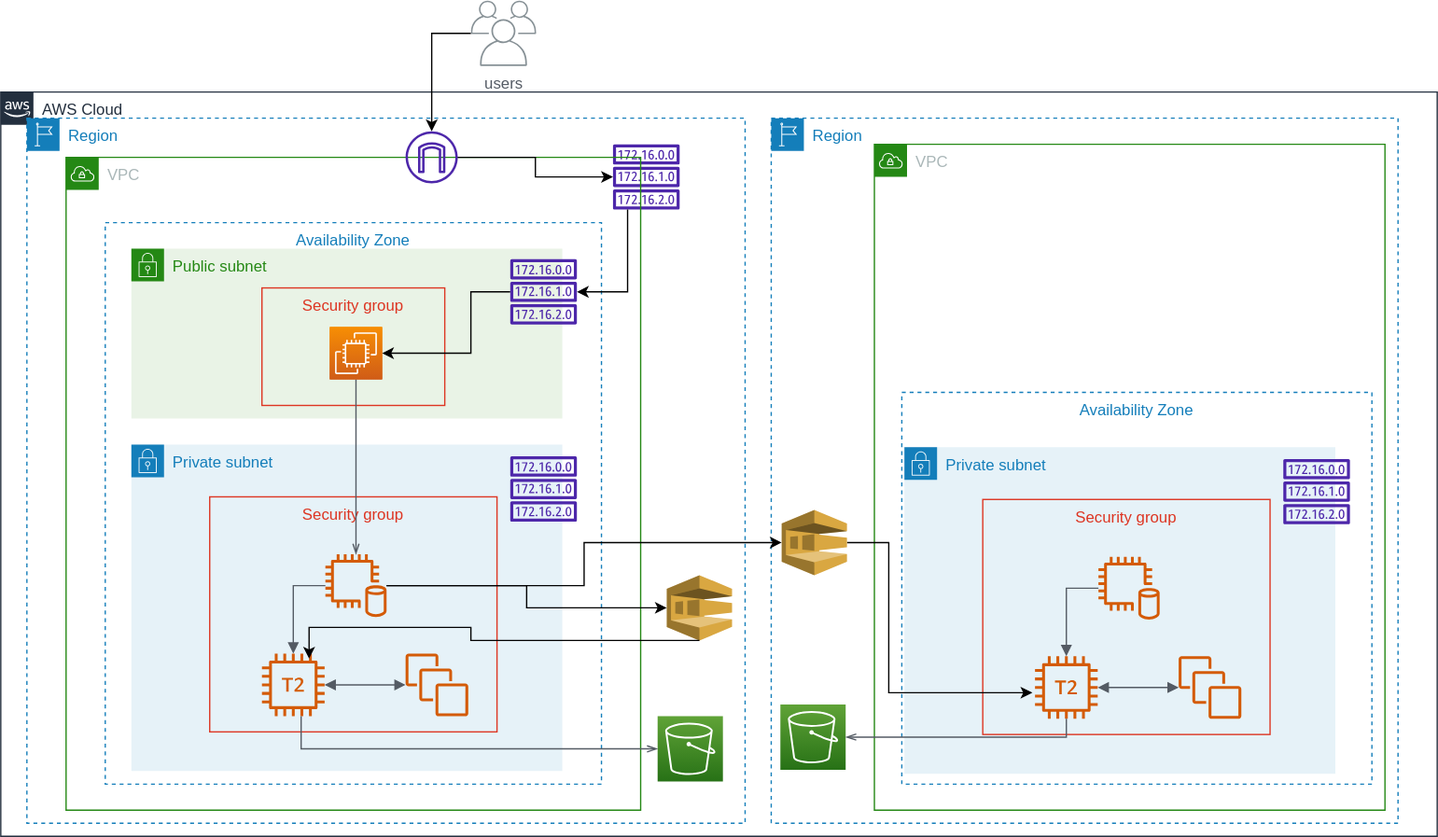
Above: Untitled Diagram.drawio.svg in chiru42/drawio_diagrams (draw.io), before the change. Source tidied: cells renumbered, new cells last; positions are measured from the earlier drawing's top-left corner, leaving out a move shared by most shapes.
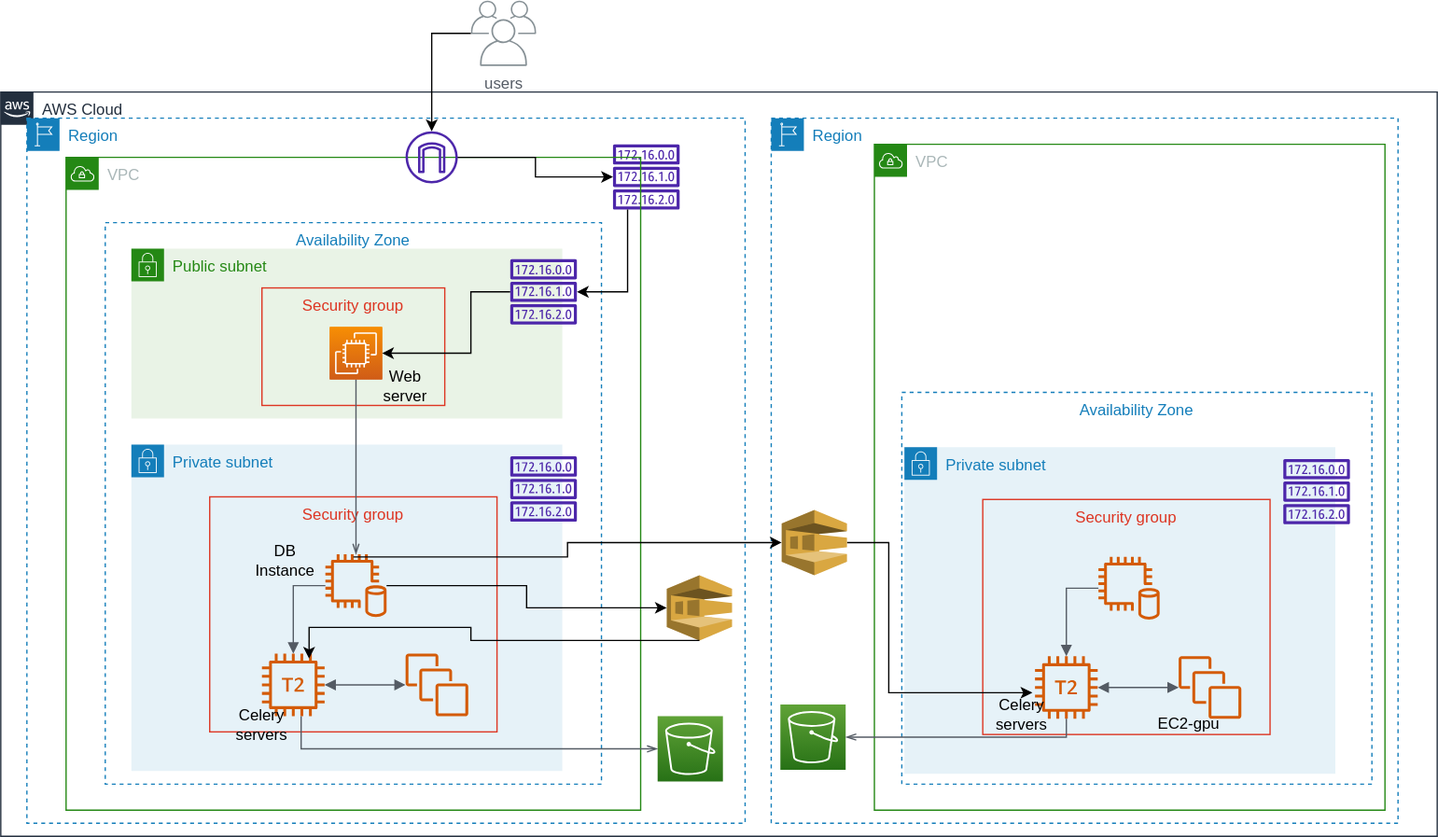
After the change.

Change to the diagram source:
```diff
@@ -73,6 +73,12 @@
         </Array>
       </mxGeometry>
     </mxCell>
+    <mxCell id="49" value="Celery servers" style="text;html=1;strokeColor=none;fillColor=none;align=center;verticalAlign=middle;whiteSpace=wrap;rounded=0;" parent="7" vertex="1">
+      <mxGeometry x="83" y="422" width="60" height="30" as="geometry" />
+    </mxCell>
+    <mxCell id="50" value="EC2-gpu" style="text;html=1;strokeColor=none;fillColor=none;align=center;verticalAlign=middle;whiteSpace=wrap;rounded=0;" parent="7" vertex="1">
+      <mxGeometry x="211" y="429" width="60" height="30" as="geometry" />
+    </mxCell>
     <mxCell id="21" value="VPC" style="gradientColor=none;html=1;whiteSpace=wrap;fontSize=12;fontStyle=0;shape=mxgraph.aws4.group;grIcon=mxgraph.aws4.group_vpc;strokeColor=#248814;fillColor=none;verticalAlign=top;align=left;spacingLeft=30;fontColor=#AAB7B8;dashed=0;" parent="2" vertex="1">
       <mxGeometry x="50" y="50" width="440" height="500" as="geometry" />
     </mxCell>
@@ -149,6 +155,15 @@
     <mxCell id="41" style="sketch=0;fontColor=#232F3E;gradientColor=#F78E04;gradientDirection=north;fillColor=#D05C17;strokeColor=#ffffff;dashed=0;verticalLabelPosition=bottom;verticalAlign=top;align=center;html=1;fontSize=12;fontStyle=0;shape=mxgraph.aws4.resourceIcon;resIcon=mxgraph.aws4.ec2;" parent="21" vertex="1">
       <mxGeometry x="202" y="130" width="40" height="40" as="geometry" />
     </mxCell>
+    <mxCell id="51" value="Web server" style="text;html=1;strokeColor=none;fillColor=none;align=center;verticalAlign=middle;whiteSpace=wrap;rounded=0;" parent="21" vertex="1">
+      <mxGeometry x="230" y="160" width="60" height="30" as="geometry" />
+    </mxCell>
+    <mxCell id="52" value="DB Instance" style="text;html=1;strokeColor=none;fillColor=none;align=center;verticalAlign=middle;whiteSpace=wrap;rounded=0;" parent="21" vertex="1">
+      <mxGeometry x="138" y="294" width="60" height="30" as="geometry" />
+    </mxCell>
+    <mxCell id="53" value="Celery servers" style="text;html=1;strokeColor=none;fillColor=none;align=center;verticalAlign=middle;whiteSpace=wrap;rounded=0;" parent="21" vertex="1">
+      <mxGeometry x="120" y="420" width="60" height="30" as="geometry" />
+    </mxCell>
     <mxCell id="42" style="edgeStyle=orthogonalEdgeStyle;rounded=0;jettySize=auto;html=1;entryX=0;entryY=0.5;entryDx=0;entryDy=0;entryPerimeter=0;" parent="2" edge="1" source="30" target="4">
       <mxGeometry relative="1" as="geometry" />
     </mxCell>
@@ -162,8 +177,10 @@
         </Array>
       </mxGeometry>
     </mxCell>
-    <mxCell id="44" style="edgeStyle=orthogonalEdgeStyle;rounded=0;jettySize=auto;html=1;" parent="2" edge="1" source="30" target="18">
-      <mxGeometry relative="1" as="geometry" />
+    <mxCell id="44" style="edgeStyle=orthogonalEdgeStyle;rounded=0;jettySize=auto;html=1;startArrow=none;" parent="2" edge="1" target="18">
+      <mxGeometry relative="1" as="geometry">
+        <mxPoint x="270" y="356" as="sourcePoint" />
+      </mxGeometry>
     </mxCell>
     <mxCell id="45" style="edgeStyle=orthogonalEdgeStyle;rounded=0;jettySize=auto;html=1;" parent="2" edge="1" source="36" target="5">
       <mxGeometry relative="1" as="geometry" />
```
